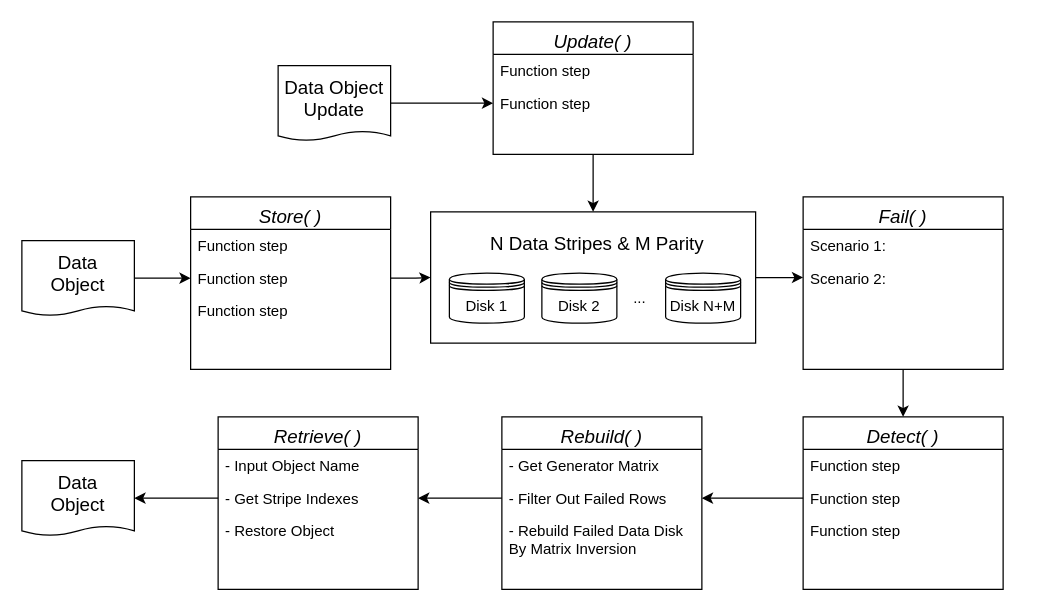
Before: page "Page-1" (1 of 2) of flow.drawio in siyue-zhang/RAID6-CE7490, a draw.io diagram. Source tidied: cells renumbered, new cells numbered last; positions are measured from the earlier drawing's top-left corner, leaving out a move shared by most shapes. Both pictures are drawn from the tidied source at 125%, with x=0, y=0 at pixel (21, 21).
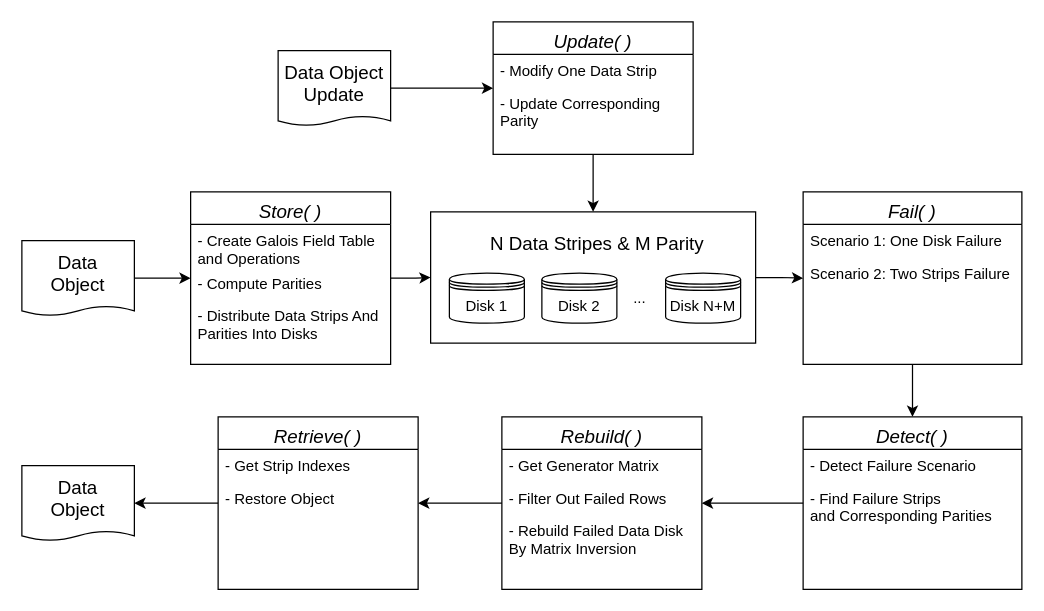
The same diagram, later.

The change refers to these unchanged cells:
```xml
<mxCell id="3" style="rounded=0;whiteSpace=wrap;html=1;" parent="1" vertex="1">
  <mxGeometry x="327" y="152" width="260" height="105" as="geometry" />
</mxCell>
<mxCell id="10" value="Data &lt;br&gt;Object" style="shape=document;whiteSpace=wrap;html=1;boundedLbl=1;size=0.125;fontSize=15;" parent="1" vertex="1">
  <mxGeometry y="175" width="90" height="60" as="geometry" />
</mxCell>
<mxCell id="19" value="Rebuild( )" style="swimlane;fontStyle=2;align=center;verticalAlign=top;horizontal=1;startSize=26;rounded=0;shadow=0;strokeWidth=1;fontSize=15;" parent="1" vertex="1">
  <mxGeometry x="384" y="316" width="160" height="138" as="geometry" />
</mxCell>
<mxCell id="21" value="- Filter Out Failed Rows" style="text;align=left;verticalAlign=top;spacingLeft=4;spacingRight=4;overflow=hidden;points=[[0,0.5],[1,0.5]];portConstraint=eastwest;rounded=0;shadow=0;html=0;" parent="19" vertex="1">
  <mxGeometry y="52" width="160" height="26" as="geometry" />
</mxCell>
<mxCell id="29" value="Retrieve( )" style="swimlane;fontStyle=2;align=center;verticalAlign=top;horizontal=1;startSize=26;rounded=0;shadow=0;strokeWidth=1;fontSize=15;" parent="1" vertex="1">
  <mxGeometry x="157" y="316" width="160" height="138" as="geometry" />
</mxCell>
<mxCell id="37" value="Update( )" style="swimlane;fontStyle=2;align=center;verticalAlign=top;horizontal=1;startSize=26;rounded=0;shadow=0;strokeWidth=1;fontSize=15;" parent="1" vertex="1">
  <mxGeometry x="377" width="160" height="106" as="geometry" />
</mxCell>
```

What changed in the source:
```diff
@@
-    <mxCell id="2" style="edgeStyle=orthogonalEdgeStyle;rounded=0;jettySize=auto;html=1;exitX=1;exitY=0.5;exitDx=0;exitDy=0;entryX=0;entryY=0.5;entryDx=0;entryDy=0;" parent="1" edge="1" source="3" target="18">
-      <mxGeometry relative="1" as="geometry" />
-    </mxCell>
+    <mxCell id="42" style="edgeStyle=orthogonalEdgeStyle;rounded=0;jettySize=auto;html=1;" parent="1" edge="1" source="3" target="16">
+      <mxGeometry relative="1" as="geometry" />
+    </mxCell>
@@
+    <mxCell id="43" style="edgeStyle=orthogonalEdgeStyle;rounded=0;jettySize=auto;html=1;entryX=0;entryY=0.5;entryDx=0;entryDy=0;" parent="1" edge="1" source="5" target="3">
+      <mxGeometry relative="1" as="geometry" />
+    </mxCell>
     <mxCell id="5" value="Store( )" style="swimlane;fontStyle=2;align=center;verticalAlign=top;horizontal=1;startSize=26;rounded=0;shadow=0;strokeWidth=1;fontSize=15;" parent="1" vertex="1">
-      <mxGeometry x="135" y="140" width="160" height="138" as="geometry" />
+      <mxGeometry x="135" y="136" width="160" height="138" as="geometry" />
     </mxCell>
-    <mxCell id="6" value="Function step" style="text;align=left;verticalAlign=top;spacingLeft=4;spacingRight=4;overflow=hidden;rounded=0;" parent="5" vertex="1">
-      <mxGeometry y="26" width="160" height="26" as="geometry" />
+    <mxCell id="6" value="- Create Galois Field Table and Operations" style="text;align=left;verticalAlign=top;spacingLeft=4;spacingRight=4;overflow=hidden;rounded=0;whiteSpace=wrap;" parent="5" vertex="1">
+      <mxGeometry y="26" width="160" height="34" as="geometry" />
     </mxCell>
-    <mxCell id="7" value="Function step" style="text;align=left;verticalAlign=top;spacingLeft=4;spacingRight=4;overflow=hidden;points=[[0,0.5],[1,0.5]];portConstraint=eastwest;rounded=0;shadow=0;html=0;" parent="5" vertex="1">
-      <mxGeometry y="52" width="160" height="26" as="geometry" />
+    <mxCell id="7" value="- Compute Parities" style="text;align=left;verticalAlign=top;spacingLeft=4;spacingRight=4;overflow=hidden;points=[[0,0.5],[1,0.5]];portConstraint=eastwest;rounded=0;shadow=0;html=0;" parent="5" vertex="1">
+      <mxGeometry y="60" width="160" height="26" as="geometry" />
     </mxCell>
-    <mxCell id="8" value="Function step" style="text;align=left;verticalAlign=top;spacingLeft=4;spacingRight=4;overflow=hidden;rounded=0;shadow=0;html=0;" parent="5" vertex="1">
-      <mxGeometry y="78" width="160" height="26" as="geometry" />
+    <mxCell id="8" value="- Distribute Data Strips And Parities Into Disks" style="text;align=left;verticalAlign=top;spacingLeft=4;spacingRight=4;overflow=hidden;rounded=0;shadow=0;html=0;whiteSpace=wrap;" parent="5" vertex="1">
+      <mxGeometry y="86" width="160" height="44" as="geometry" />
     </mxCell>
-    <mxCell id="9" style="edgeStyle=orthogonalEdgeStyle;rounded=0;jettySize=auto;html=1;exitX=1;exitY=0.5;exitDx=0;exitDy=0;entryX=0;entryY=0.5;entryDx=0;entryDy=0;" parent="1" edge="1" source="10" target="7">
-      <mxGeometry relative="1" as="geometry" />
-    </mxCell>
+    <mxCell id="44" style="edgeStyle=orthogonalEdgeStyle;rounded=0;jettySize=auto;html=1;" parent="1" edge="1" source="10" target="5">
+      <mxGeometry relative="1" as="geometry" />
+    </mxCell>
@@
-    <mxCell id="15" style="edgeStyle=orthogonalEdgeStyle;rounded=0;jettySize=auto;html=1;exitX=1;exitY=0.5;exitDx=0;exitDy=0;" parent="1" edge="1" source="7" target="3">
-      <mxGeometry relative="1" as="geometry" />
-    </mxCell>
     <mxCell id="16" value="Fail( )" style="swimlane;fontStyle=2;align=center;verticalAlign=top;horizontal=1;startSize=26;rounded=0;shadow=0;strokeWidth=1;fontSize=15;" parent="1" vertex="1">
-      <mxGeometry x="625" y="140" width="160" height="138" as="geometry" />
+      <mxGeometry x="625" y="136" width="175" height="138" as="geometry" />
     </mxCell>
-    <mxCell id="17" value="Scenario 1: " style="text;align=left;verticalAlign=top;spacingLeft=4;spacingRight=4;overflow=hidden;rounded=0;" parent="16" vertex="1">
-      <mxGeometry y="26" width="160" height="26" as="geometry" />
+    <mxCell id="17" value="Scenario 1: One Disk Failure" style="text;align=left;verticalAlign=top;spacingLeft=4;spacingRight=4;overflow=hidden;rounded=0;" parent="16" vertex="1">
+      <mxGeometry y="26" width="175" height="26" as="geometry" />
     </mxCell>
-    <mxCell id="18" value="Scenario 2:" style="text;align=left;verticalAlign=top;spacingLeft=4;spacingRight=4;overflow=hidden;points=[[0,0.5],[1,0.5]];portConstraint=eastwest;rounded=0;shadow=0;html=0;" parent="16" vertex="1">
-      <mxGeometry y="52" width="160" height="26" as="geometry" />
+    <mxCell id="18" value="Scenario 2: Two Strips Failure" style="text;align=left;verticalAlign=top;spacingLeft=4;spacingRight=4;overflow=hidden;points=[[0,0.5],[1,0.5]];portConstraint=eastwest;rounded=0;shadow=0;html=0;" parent="16" vertex="1">
+      <mxGeometry y="52" width="175" height="26" as="geometry" />
     </mxCell>
@@
     <mxCell id="23" value="Detect( )" style="swimlane;fontStyle=2;align=center;verticalAlign=top;horizontal=1;startSize=26;rounded=0;shadow=0;strokeWidth=1;fontSize=15;" parent="1" vertex="1">
-      <mxGeometry x="625" y="316" width="160" height="138" as="geometry" />
+      <mxGeometry x="625" y="316" width="175" height="138" as="geometry" />
     </mxCell>
-    <mxCell id="24" value="Function step" style="text;align=left;verticalAlign=top;spacingLeft=4;spacingRight=4;overflow=hidden;rounded=0;" parent="23" vertex="1">
-      <mxGeometry y="26" width="160" height="26" as="geometry" />
+    <mxCell id="24" value="- Detect Failure Scenario" style="text;align=left;verticalAlign=top;spacingLeft=4;spacingRight=4;overflow=hidden;rounded=0;" parent="23" vertex="1">
+      <mxGeometry y="26" width="175" height="26" as="geometry" />
     </mxCell>
-    <mxCell id="25" value="Function step" style="text;align=left;verticalAlign=top;spacingLeft=4;spacingRight=4;overflow=hidden;points=[[0,0.5],[1,0.5]];portConstraint=eastwest;rounded=0;shadow=0;html=0;" parent="23" vertex="1">
-      <mxGeometry y="52" width="160" height="26" as="geometry" />
+    <mxCell id="25" value="- Find Failure Strips and Corresponding Parities" style="text;align=left;verticalAlign=top;spacingLeft=4;spacingRight=4;overflow=hidden;points=[[0,0.5],[1,0.5]];portConstraint=eastwest;rounded=0;shadow=0;html=0;whiteSpace=wrap;" parent="23" vertex="1">
+      <mxGeometry y="52" width="175" height="48" as="geometry" />
     </mxCell>
-    <mxCell id="26" value="Function step" style="text;align=left;verticalAlign=top;spacingLeft=4;spacingRight=4;overflow=hidden;rounded=0;shadow=0;html=0;" parent="23" vertex="1">
-      <mxGeometry y="78" width="160" height="26" as="geometry" />
-    </mxCell>
@@
-    <mxCell id="28" style="edgeStyle=orthogonalEdgeStyle;rounded=0;jettySize=auto;html=1;exitX=0;exitY=0.5;exitDx=0;exitDy=0;entryX=1;entryY=0.5;entryDx=0;entryDy=0;" parent="1" edge="1" source="25" target="21">
+    <mxCell id="28" style="edgeStyle=orthogonalEdgeStyle;rounded=0;jettySize=auto;html=1;" parent="1" edge="1" source="23" target="19">
       <mxGeometry relative="1" as="geometry" />
     </mxCell>
@@
-    <mxCell id="30" value="- Input Object Name" style="text;align=left;verticalAlign=top;spacingLeft=4;spacingRight=4;overflow=hidden;rounded=0;" parent="29" vertex="1">
-      <mxGeometry y="26" width="160" height="26" as="geometry" />
-    </mxCell>
-    <mxCell id="31" value="- Get Stripe Indexes" style="text;align=left;verticalAlign=top;spacingLeft=4;spacingRight=4;overflow=hidden;points=[[0,0.5],[1,0.5]];portConstraint=eastwest;rounded=0;shadow=0;html=0;" parent="29" vertex="1">
-      <mxGeometry y="52" width="160" height="26" as="geometry" />
+    <mxCell id="31" value="- Get Strip Indexes" style="text;align=left;verticalAlign=top;spacingLeft=4;spacingRight=4;overflow=hidden;points=[[0,0.5],[1,0.5]];portConstraint=eastwest;rounded=0;shadow=0;html=0;" parent="29" vertex="1">
+      <mxGeometry y="26" width="160" height="26" as="geometry" />
     </mxCell>
     <mxCell id="32" value="- Restore Object" style="text;align=left;verticalAlign=top;spacingLeft=4;spacingRight=4;overflow=hidden;rounded=0;shadow=0;html=0;" parent="29" vertex="1">
-      <mxGeometry y="78" width="160" height="26" as="geometry" />
+      <mxGeometry y="52" width="160" height="26" as="geometry" />
     </mxCell>
-    <mxCell id="33" style="edgeStyle=orthogonalEdgeStyle;rounded=0;jettySize=auto;html=1;exitX=0;exitY=0.5;exitDx=0;exitDy=0;entryX=1;entryY=0.5;entryDx=0;entryDy=0;" parent="1" edge="1" source="21" target="31">
+    <mxCell id="33" style="edgeStyle=orthogonalEdgeStyle;rounded=0;jettySize=auto;html=1;" parent="1" edge="1" source="19" target="29">
       <mxGeometry relative="1" as="geometry" />
     </mxCell>
     <mxCell id="34" value="Data &lt;br style=&quot;font-size: 15px;&quot;&gt;Object" style="shape=document;whiteSpace=wrap;html=1;boundedLbl=1;size=0.125;fontSize=15;" parent="1" vertex="1">
-      <mxGeometry y="351" width="90" height="60" as="geometry" />
+      <mxGeometry y="355" width="90" height="60" as="geometry" />
     </mxCell>
-    <mxCell id="35" style="edgeStyle=orthogonalEdgeStyle;rounded=0;jettySize=auto;html=1;exitX=0;exitY=0.5;exitDx=0;exitDy=0;entryX=1;entryY=0.5;entryDx=0;entryDy=0;" parent="1" edge="1" source="31" target="34">
+    <mxCell id="35" style="edgeStyle=orthogonalEdgeStyle;rounded=0;jettySize=auto;html=1;entryX=1;entryY=0.5;entryDx=0;entryDy=0;" parent="1" edge="1" source="29" target="34">
       <mxGeometry relative="1" as="geometry" />
     </mxCell>
     <mxCell id="36" value="Data Object Update" style="shape=document;whiteSpace=wrap;html=1;boundedLbl=1;size=0.125;fontSize=15;" parent="1" vertex="1">
-      <mxGeometry x="205" y="35" width="90" height="60" as="geometry" />
+      <mxGeometry x="205" y="23" width="90" height="60" as="geometry" />
     </mxCell>
@@
-    <mxCell id="38" value="Function step" style="text;align=left;verticalAlign=top;spacingLeft=4;spacingRight=4;overflow=hidden;rounded=0;" parent="37" vertex="1">
+    <mxCell id="38" value="- Modify One Data Strip" style="text;align=left;verticalAlign=top;spacingLeft=4;spacingRight=4;overflow=hidden;rounded=0;" parent="37" vertex="1">
       <mxGeometry y="26" width="160" height="26" as="geometry" />
     </mxCell>
-    <mxCell id="39" value="Function step" style="text;align=left;verticalAlign=top;spacingLeft=4;spacingRight=4;overflow=hidden;points=[[0,0.5],[1,0.5]];portConstraint=eastwest;rounded=0;shadow=0;html=0;" parent="37" vertex="1">
-      <mxGeometry y="52" width="160" height="26" as="geometry" />
+    <mxCell id="39" value="- Update Corresponding Parity" style="text;align=left;verticalAlign=top;spacingLeft=4;spacingRight=4;overflow=hidden;points=[[0,0.5],[1,0.5]];portConstraint=eastwest;rounded=0;shadow=0;html=0;whiteSpace=wrap;" parent="37" vertex="1">
+      <mxGeometry y="52" width="160" height="38" as="geometry" />
     </mxCell>
-    <mxCell id="40" style="edgeStyle=orthogonalEdgeStyle;rounded=0;jettySize=auto;html=1;exitX=1;exitY=0.5;exitDx=0;exitDy=0;entryX=0;entryY=0.5;entryDx=0;entryDy=0;" parent="1" edge="1" source="36" target="39">
+    <mxCell id="40" style="edgeStyle=orthogonalEdgeStyle;rounded=0;jettySize=auto;html=1;exitX=1;exitY=0.5;exitDx=0;exitDy=0;" parent="1" edge="1" source="36" target="37">
       <mxGeometry relative="1" as="geometry" />
     </mxCell>
```
